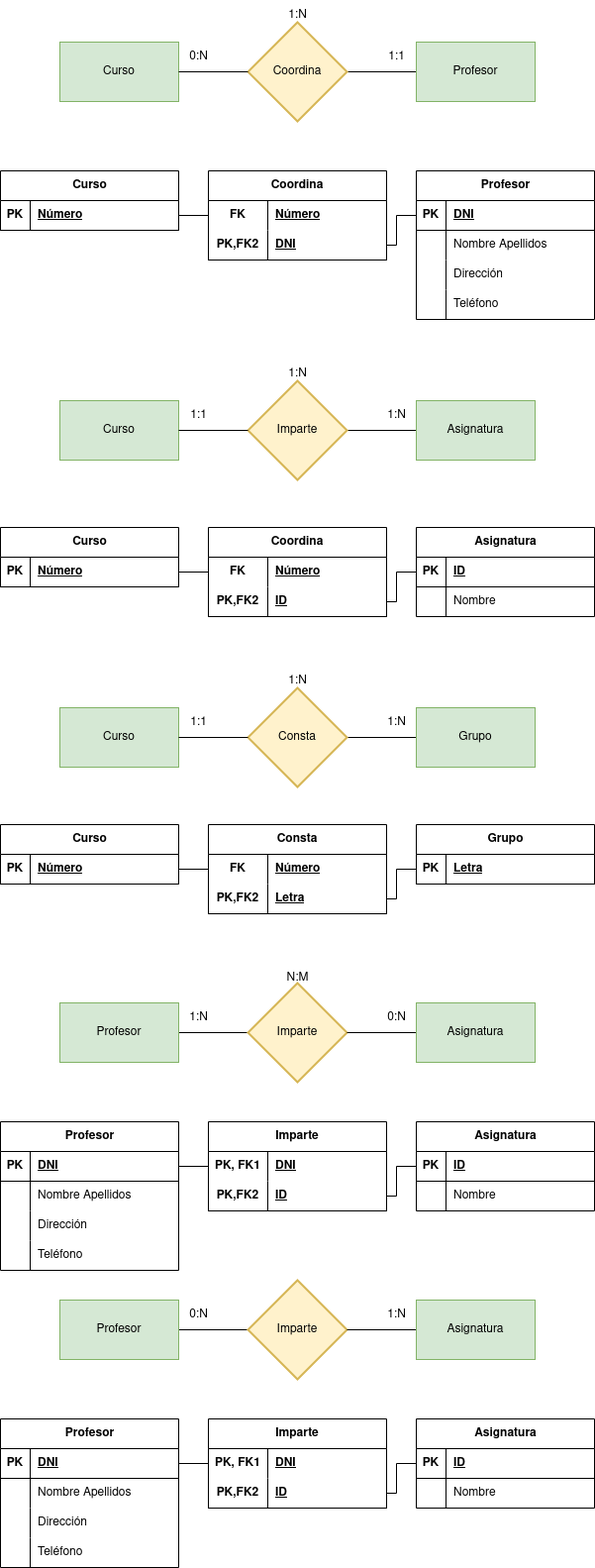
This is tareas 1/Ejercicio calificable docente (MR-2).drawio.png from GermanOjeda/base-datos, a draw.io export, as it was before one commit. Source tidied: cells renumbered, new cells last; positions are measured from the earlier drawing's top-left corner, leaving out a move shared by most shapes.
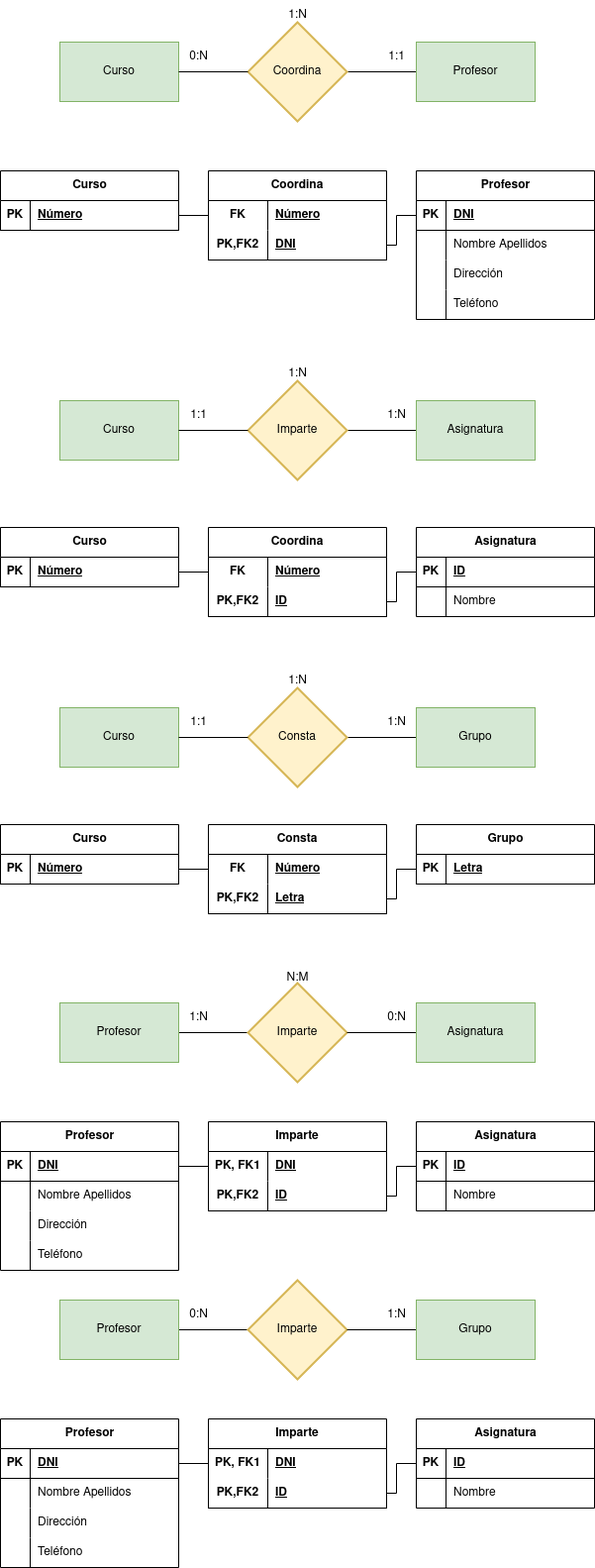
The same diagram one commit later.

What changed in the source:
```diff
@@ -433,7 +433,7 @@
     <mxCell id="143" style="edgeStyle=orthogonalEdgeStyle;rounded=0;jettySize=auto;html=1;endArrow=none;endFill=0;" parent="1" edge="1" source="144" target="142">
       <mxGeometry relative="1" as="geometry" />
     </mxCell>
-    <mxCell id="144" value="Asignatura" style="rounded=0;whiteSpace=wrap;html=1;fillColor=#d5e8d4;strokeColor=#82b366;" parent="1" vertex="1">
+    <mxCell id="144" value="Grupo" style="rounded=0;whiteSpace=wrap;html=1;fillColor=#d5e8d4;strokeColor=#82b366;" parent="1" vertex="1">
       <mxGeometry x="420" y="1312" width="120" height="60" as="geometry" />
     </mxCell>
     <mxCell id="145" value="Asignatura" style="shape=table;startSize=30;rowLines=0;fontStyle=1;align=center;html=1;" parent="1" vertex="1">
```
